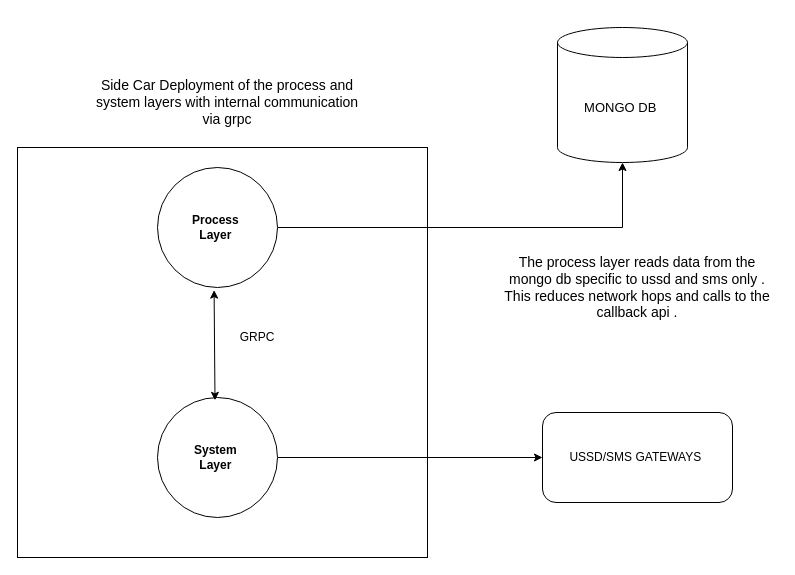
Before: MTN-Architectures.drawio in tyger-rareatom/consulting-architectures, a draw.io diagram. Source tidied: cells renumbered, new cells numbered last; positions are measured from the earlier drawing's top-left corner, leaving out a move shared by most shapes. Both pictures are drawn from the tidied source at 100%, with x=0, y=0 at pixel (17, 27).
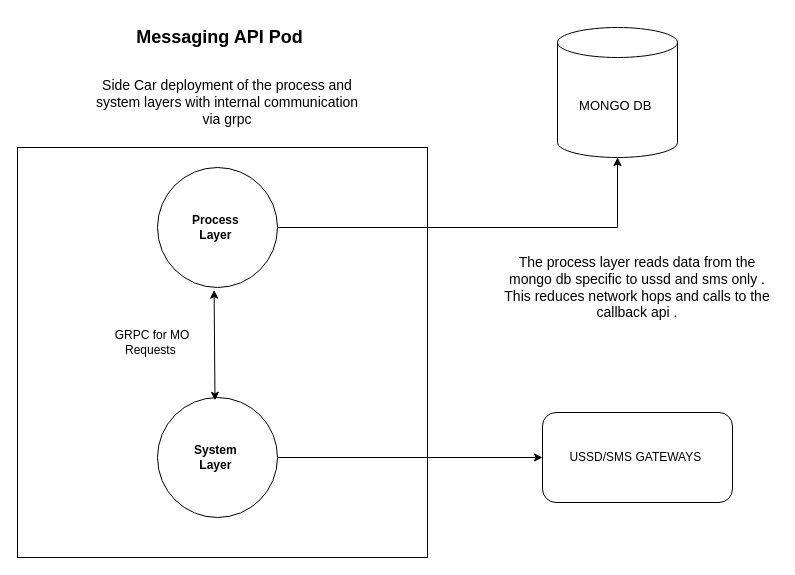
The same page after the edit.

Commit message:
Tweaking the architectures

Diff of the diagram source:
```diff
@@
 <mxGraphModel>
   <root>
     <mxCell id="0" />
     <mxCell id="1" parent="0" />
     <mxCell id="2" style="whiteSpace=wrap;html=1;" parent="1" vertex="1">
       <mxGeometry y="120" width="410" height="410" as="geometry" />
     </mxCell>
     <mxCell id="3" style="edgeStyle=orthogonalEdgeStyle;rounded=0;jettySize=auto;html=1;entryX=0;entryY=0.5;entryDx=0;entryDy=0;" parent="1" edge="1" source="4" target="12">
       <mxGeometry relative="1" as="geometry" />
     </mxCell>
     <mxCell id="4" value="&lt;b&gt;System&amp;nbsp;&lt;br&gt;Layer&amp;nbsp;&lt;/b&gt;" style="ellipse;whiteSpace=wrap;html=1;" parent="1" vertex="1">
       <mxGeometry x="140" y="370" width="120" height="120" as="geometry" />
     </mxCell>
     <mxCell id="5" style="edgeStyle=orthogonalEdgeStyle;rounded=0;jettySize=auto;html=1;" parent="1" edge="1" source="6" target="10">
       <mxGeometry relative="1" as="geometry" />
     </mxCell>
     <mxCell id="6" value="&lt;b&gt;Process&amp;nbsp;&lt;br&gt;Layer&amp;nbsp;&lt;/b&gt;" style="ellipse;whiteSpace=wrap;html=1;" parent="1" vertex="1">
       <mxGeometry x="140" y="140" width="120" height="120" as="geometry" />
     </mxCell>
     <mxCell id="7" style="endArrow=classic;startArrow=classic;html=1;entryX=0.345;entryY=0.982;entryDx=0;entryDy=0;entryPerimeter=0;exitX=0.339;exitY=0.02;exitDx=0;exitDy=0;exitPerimeter=0;" parent="1" edge="1">
       <mxGeometry relative="1" as="geometry">
         <mxPoint x="197.5" y="372.8" as="sourcePoint" />
         <mxPoint x="196.6" y="262.6" as="targetPoint" />
       </mxGeometry>
     </mxCell>
-    <mxCell id="8" value="GRPC" style="text;html=1;strokeColor=none;fillColor=none;align=center;verticalAlign=middle;whiteSpace=wrap;rounded=0;" parent="1" vertex="1">
-      <mxGeometry x="220" y="300" width="40" height="20" as="geometry" />
+    <mxCell id="8" value="GRPC for MO Requests&amp;nbsp;" style="text;html=1;strokeColor=none;fillColor=none;align=center;verticalAlign=middle;whiteSpace=wrap;rounded=0;" parent="1" vertex="1">
+      <mxGeometry x="90" y="280" width="90" height="70" as="geometry" />
     </mxCell>
-    <mxCell id="9" value="&lt;font style=&quot;font-size: 14px&quot;&gt;Side Car Deployment of the process and system layers with internal communication via grpc&lt;/font&gt;" style="text;html=1;strokeColor=none;fillColor=none;align=center;verticalAlign=middle;whiteSpace=wrap;rounded=0;" parent="1" vertex="1">
+    <mxCell id="9" value="&lt;font style=&quot;font-size: 14px&quot;&gt;Side Car deployment of the process and system layers with internal communication via grpc&lt;/font&gt;" style="text;html=1;strokeColor=none;fillColor=none;align=center;verticalAlign=middle;whiteSpace=wrap;rounded=0;" parent="1" vertex="1">
       <mxGeometry x="70" y="40" width="280" height="70" as="geometry" />
     </mxCell>
     <mxCell id="10" value="MONGO DB&amp;nbsp;" style="shape=cylinder3;whiteSpace=wrap;html=1;boundedLbl=1;backgroundOutline=1;size=15;fontSize=13;" parent="1" vertex="1">
-      <mxGeometry x="540" width="130" height="135" as="geometry" />
+      <mxGeometry x="540" width="120" height="130" as="geometry" />
     </mxCell>
     <mxCell id="11" value="&lt;font style=&quot;font-size: 14px&quot;&gt;The process layer reads data from the mongo db specific to ussd and sms only . This reduces network hops and calls to the callback api .&lt;/font&gt;" style="text;html=1;strokeColor=none;fillColor=none;align=center;verticalAlign=middle;whiteSpace=wrap;rounded=0;fontSize=13;" parent="1" vertex="1">
       <mxGeometry x="480" y="220" width="280" height="80" as="geometry" />
     </mxCell>
     <mxCell id="12" value="USSD/SMS GATEWAYS&amp;nbsp;" style="rounded=1;whiteSpace=wrap;html=1;" parent="1" vertex="1">
       <mxGeometry x="525" y="385" width="190" height="90" as="geometry" />
     </mxCell>
+    <mxCell id="13" value="&lt;b&gt;&lt;font style=&quot;font-size: 18px&quot;&gt;Messaging API Pod&amp;nbsp;&lt;/font&gt;&lt;/b&gt;" style="text;html=1;strokeColor=none;fillColor=none;align=center;verticalAlign=middle;whiteSpace=wrap;rounded=0;" parent="1" vertex="1">
+      <mxGeometry x="75" y="-10" width="260" height="40" as="geometry" />
+    </mxCell>
   </root>
 </mxGraphModel>
```
